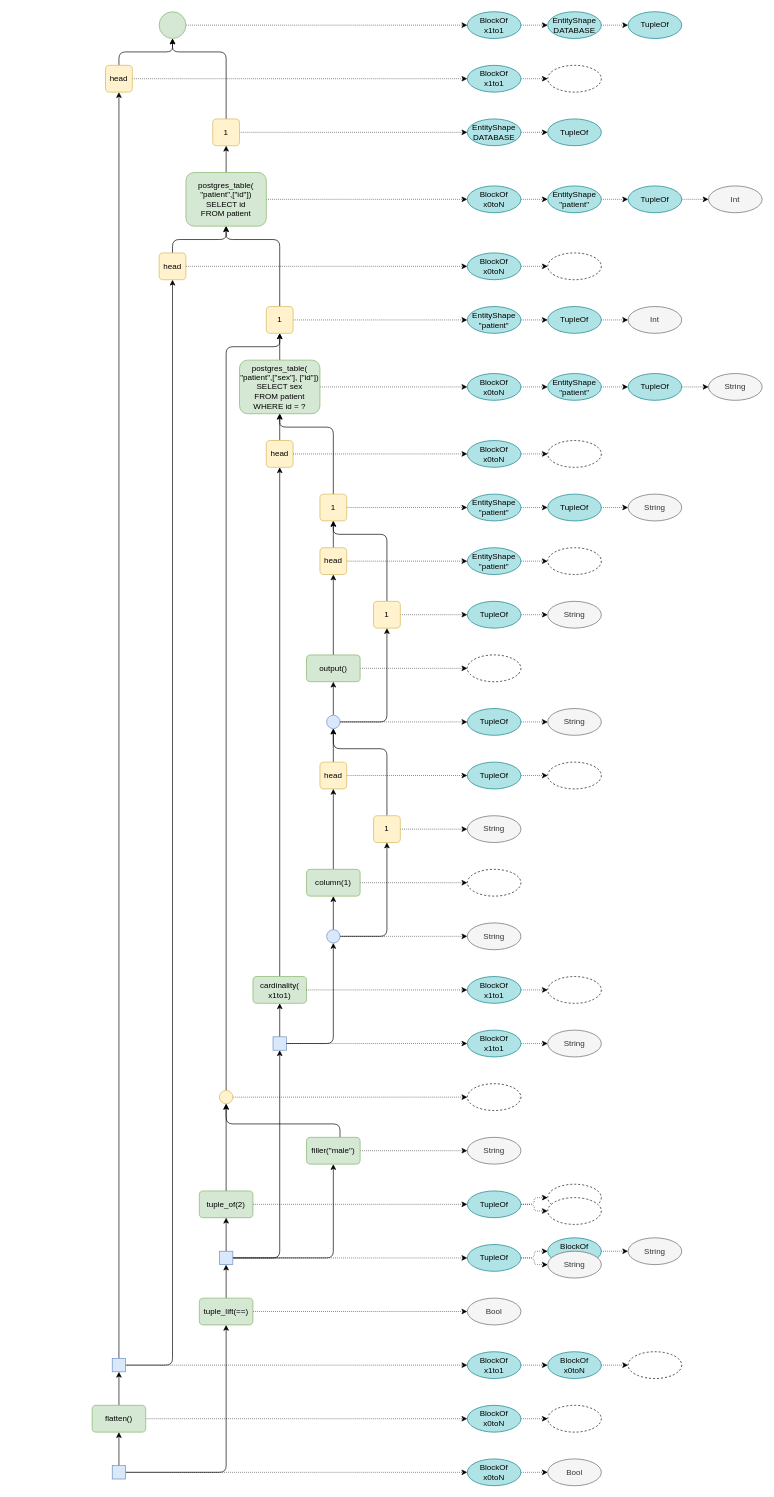
The draw.io diagram page 6 of 7 of sql-tracing.drawio in rbt-lang/diagrams, before the edit. Source tidied: cells renumbered, new cells numbered last; positions are measured from the earlier drawing's top-left corner, leaving out a move shared by most shapes. Both pictures are drawn from the tidied source at 67%, with x=0, y=0 at pixel (92, 11).
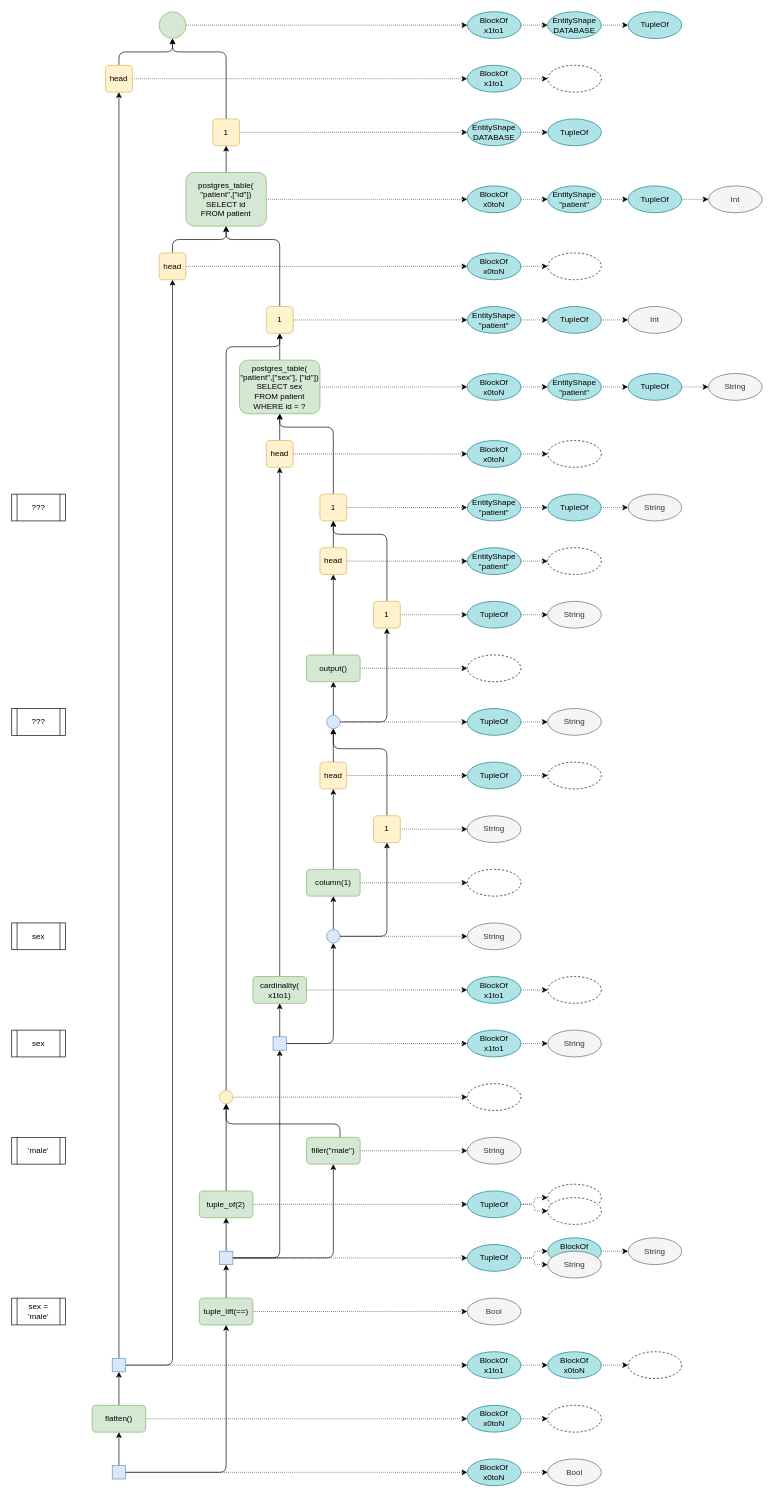
The same diagram, later.

What changed in the source:
```diff
@@
+    <mxCell id="178" value="sex" style="shape=process;whiteSpace=wrap;html=1;backgroundOutline=1;" parent="1" vertex="1">
+      <mxGeometry x="-120" y="1360" width="80" height="40" as="geometry" />
+    </mxCell>
+    <mxCell id="179" value="sex" style="shape=process;whiteSpace=wrap;html=1;backgroundOutline=1;" parent="1" vertex="1">
+      <mxGeometry x="-120" y="1520" width="80" height="40" as="geometry" />
+    </mxCell>
+    <mxCell id="180" value="'male'" style="shape=process;whiteSpace=wrap;html=1;backgroundOutline=1;" parent="1" vertex="1">
+      <mxGeometry x="-120" y="1680" width="80" height="40" as="geometry" />
+    </mxCell>
+    <mxCell id="181" value="sex = 'male'" style="shape=process;whiteSpace=wrap;html=1;backgroundOutline=1;" parent="1" vertex="1">
+      <mxGeometry x="-120" y="1920" width="80" height="40" as="geometry" />
+    </mxCell>
+    <mxCell id="182" value="???" style="shape=process;whiteSpace=wrap;html=1;backgroundOutline=1;" parent="1" vertex="1">
+      <mxGeometry x="-120" y="1040" width="80" height="40" as="geometry" />
+    </mxCell>
+    <mxCell id="183" value="???" style="shape=process;whiteSpace=wrap;html=1;backgroundOutline=1;" parent="1" vertex="1">
+      <mxGeometry x="-120" y="720" width="80" height="40" as="geometry" />
+    </mxCell>
```
